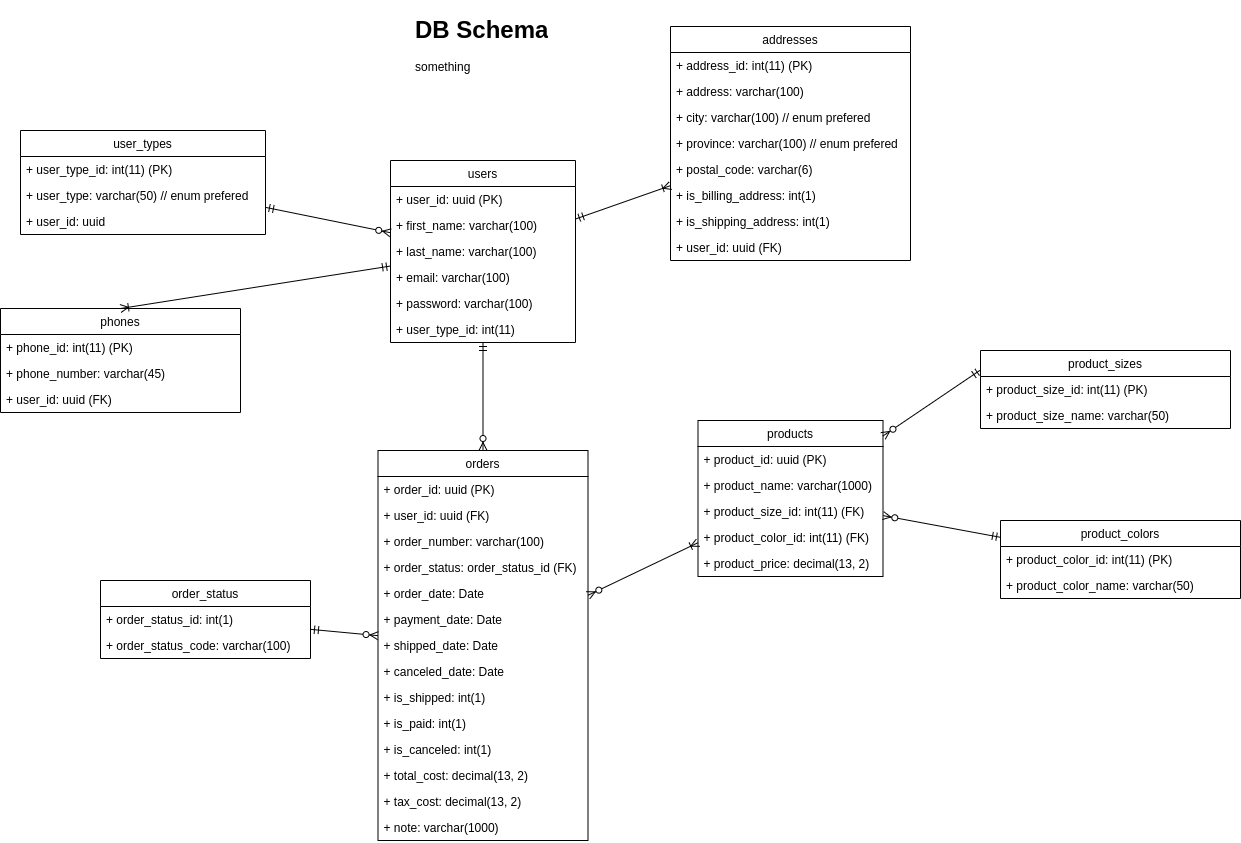
This is db-design.png from stsiwo/e-commerce-starter-kits, a draw.io export, as it was before one commit. Source tidied: cells renumbered, new cells last; positions are measured from the earlier drawing's top-left corner, leaving out a move shared by most shapes.
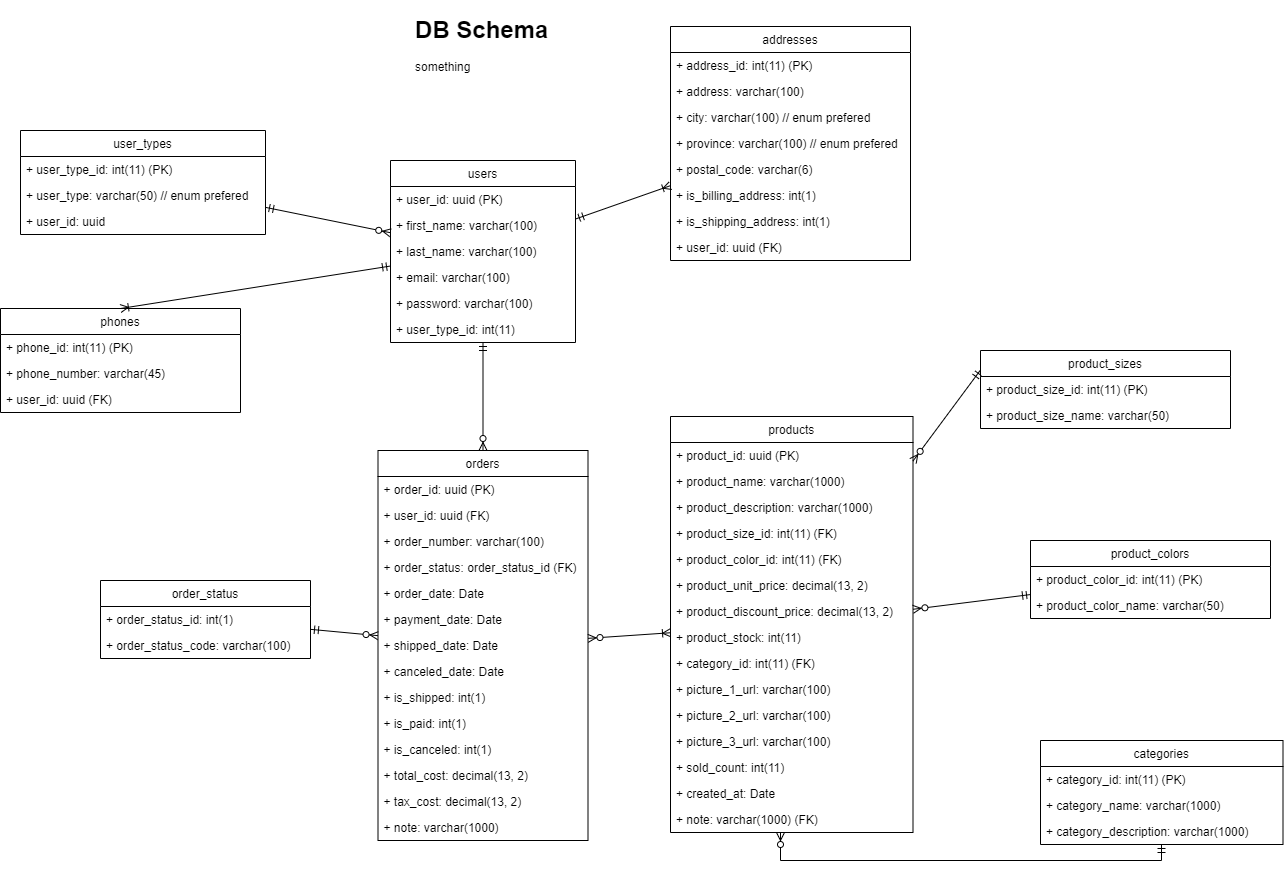
After the change.

The edit, as a diff of the source:
```diff
@@ -1,4 +1,4 @@
-<mxGraphModel>
+<mxGraphModel background="#FFFFFF">
   <root>
     <mxCell id="0" />
     <mxCell id="1" parent="0" />
@@ -95,24 +95,62 @@
     <mxCell id="32" style="edgeStyle=none;rounded=0;jettySize=auto;html=1;startArrow=ERzeroToMany;startFill=1;endArrow=ERmandOne;endFill=0;" parent="1" edge="1" source="33" target="62">
       <mxGeometry relative="1" as="geometry" />
     </mxCell>
+    <mxCell id="65" style="edgeStyle=orthogonalEdgeStyle;rounded=0;jettySize=auto;html=1;endArrow=ERmandOne;endFill=0;startArrow=ERzeroToMany;startFill=1;" parent="1" edge="1" source="33" target="76">
+      <mxGeometry relative="1" as="geometry">
+        <Array as="points">
+          <mxPoint x="780" y="850" />
+          <mxPoint x="1161" y="850" />
+        </Array>
+      </mxGeometry>
+    </mxCell>
     <mxCell id="33" value="products" style="swimlane;fontStyle=0;horizontal=1;startSize=26;fillColor=none;" parent="1" vertex="1">
-      <mxGeometry x="697.5" y="410" width="185" height="156" as="geometry" />
+      <mxGeometry x="670" y="406" width="242.5" height="416" as="geometry" />
     </mxCell>
     <mxCell id="34" value="+ product_id: uuid (PK)" style="text;strokeColor=none;fillColor=none;align=left;verticalAlign=top;spacingLeft=4;spacingRight=4;overflow=hidden;" parent="33" vertex="1">
-      <mxGeometry y="26" width="185" height="26" as="geometry" />
+      <mxGeometry y="26" width="242.5" height="26" as="geometry" />
     </mxCell>
     <mxCell id="35" value="+ product_name: varchar(1000)" style="text;strokeColor=none;fillColor=none;align=left;verticalAlign=top;spacingLeft=4;spacingRight=4;overflow=hidden;" parent="33" vertex="1">
-      <mxGeometry y="52" width="185" height="26" as="geometry" />
+      <mxGeometry y="52" width="242.5" height="26" as="geometry" />
     </mxCell>
+    <mxCell id="66" value="+ product_description: varchar(1000)" style="text;strokeColor=none;fillColor=none;align=left;verticalAlign=top;spacingLeft=4;spacingRight=4;overflow=hidden;" parent="33" vertex="1">
+      <mxGeometry y="78" width="242.5" height="26" as="geometry" />
+    </mxCell>
     <mxCell id="36" value="+ product_size_id: int(11) (FK)" style="text;strokeColor=none;fillColor=none;align=left;verticalAlign=top;spacingLeft=4;spacingRight=4;overflow=hidden;" parent="33" vertex="1">
-      <mxGeometry y="78" width="185" height="26" as="geometry" />
+      <mxGeometry y="104" width="242.5" height="26" as="geometry" />
     </mxCell>
     <mxCell id="37" value="+ product_color_id: int(11) (FK)" style="text;strokeColor=none;fillColor=none;align=left;verticalAlign=top;spacingLeft=4;spacingRight=4;overflow=hidden;" parent="33" vertex="1">
-      <mxGeometry y="104" width="185" height="26" as="geometry" />
+      <mxGeometry y="130" width="242.5" height="26" as="geometry" />
     </mxCell>
+    <mxCell id="67" value="+ product_unit_price: decimal(13, 2)" style="text;strokeColor=none;fillColor=none;align=left;verticalAlign=top;spacingLeft=4;spacingRight=4;overflow=hidden;" parent="33" vertex="1">
+      <mxGeometry y="156" width="242.5" height="26" as="geometry" />
+    </mxCell>
+    <mxCell id="68" value="+ product_discount_price: decimal(13, 2)" style="text;strokeColor=none;fillColor=none;align=left;verticalAlign=top;spacingLeft=4;spacingRight=4;overflow=hidden;" parent="33" vertex="1">
+      <mxGeometry y="182" width="242.5" height="26" as="geometry" />
+    </mxCell>
+    <mxCell id="69" value="+ product_stock: int(11) " style="text;strokeColor=none;fillColor=none;align=left;verticalAlign=top;spacingLeft=4;spacingRight=4;overflow=hidden;" parent="33" vertex="1">
+      <mxGeometry y="208" width="242.5" height="26" as="geometry" />
+    </mxCell>
-    <mxCell id="38" value="+ product_price: decimal(13, 2)" style="text;strokeColor=none;fillColor=none;align=left;verticalAlign=top;spacingLeft=4;spacingRight=4;overflow=hidden;" parent="33" vertex="1">
-      <mxGeometry y="130" width="185" height="26" as="geometry" />
+    <mxCell id="38" value="+ category_id: int(11) (FK)" style="text;strokeColor=none;fillColor=none;align=left;verticalAlign=top;spacingLeft=4;spacingRight=4;overflow=hidden;" parent="33" vertex="1">
+      <mxGeometry y="234" width="242.5" height="26" as="geometry" />
     </mxCell>
+    <mxCell id="70" value="+ picture_1_url: varchar(100) " style="text;strokeColor=none;fillColor=none;align=left;verticalAlign=top;spacingLeft=4;spacingRight=4;overflow=hidden;" parent="33" vertex="1">
+      <mxGeometry y="260" width="242.5" height="26" as="geometry" />
+    </mxCell>
+    <mxCell id="71" value="+ picture_2_url: varchar(100) " style="text;strokeColor=none;fillColor=none;align=left;verticalAlign=top;spacingLeft=4;spacingRight=4;overflow=hidden;" parent="33" vertex="1">
+      <mxGeometry y="286" width="242.5" height="26" as="geometry" />
+    </mxCell>
+    <mxCell id="72" value="+ picture_3_url: varchar(100) " style="text;strokeColor=none;fillColor=none;align=left;verticalAlign=top;spacingLeft=4;spacingRight=4;overflow=hidden;" parent="33" vertex="1">
+      <mxGeometry y="312" width="242.5" height="26" as="geometry" />
+    </mxCell>
+    <mxCell id="73" value="+ sold_count: int(11)" style="text;strokeColor=none;fillColor=none;align=left;verticalAlign=top;spacingLeft=4;spacingRight=4;overflow=hidden;" parent="33" vertex="1">
+      <mxGeometry y="338" width="242.5" height="26" as="geometry" />
+    </mxCell>
+    <mxCell id="74" value="+ created_at: Date" style="text;strokeColor=none;fillColor=none;align=left;verticalAlign=top;spacingLeft=4;spacingRight=4;overflow=hidden;" parent="33" vertex="1">
+      <mxGeometry y="364" width="242.5" height="26" as="geometry" />
+    </mxCell>
+    <mxCell id="75" value="+ note: varchar(1000) (FK)" style="text;strokeColor=none;fillColor=none;align=left;verticalAlign=top;spacingLeft=4;spacingRight=4;overflow=hidden;" parent="33" vertex="1">
+      <mxGeometry y="390" width="242.5" height="26" as="geometry" />
+    </mxCell>
     <mxCell id="39" style="edgeStyle=none;rounded=0;jettySize=auto;html=1;startArrow=ERzeroToMany;startFill=1;endArrow=ERoneToMany;endFill=0;" parent="1" edge="1" source="40" target="33">
       <mxGeometry relative="1" as="geometry" />
     </mxCell>
@@ -183,7 +221,7 @@
       <mxGeometry y="52" width="250" height="26" as="geometry" />
     </mxCell>
     <mxCell id="62" value="product_colors" style="swimlane;fontStyle=0;horizontal=1;startSize=26;fillColor=none;" parent="1" vertex="1">
-      <mxGeometry x="1000" y="510" width="240" height="78" as="geometry" />
+      <mxGeometry x="1030" y="530" width="240" height="78" as="geometry" />
     </mxCell>
     <mxCell id="63" value="+ product_color_id: int(11) (PK)" style="text;strokeColor=none;fillColor=none;align=left;verticalAlign=top;spacingLeft=4;spacingRight=4;overflow=hidden;" parent="62" vertex="1">
       <mxGeometry y="26" width="240" height="26" as="geometry" />
@@ -191,5 +229,17 @@
     <mxCell id="64" value="+ product_color_name: varchar(50)" style="text;strokeColor=none;fillColor=none;align=left;verticalAlign=top;spacingLeft=4;spacingRight=4;overflow=hidden;" parent="62" vertex="1">
       <mxGeometry y="52" width="240" height="26" as="geometry" />
     </mxCell>
+    <mxCell id="76" value="categories" style="swimlane;fontStyle=0;horizontal=1;startSize=26;fillColor=none;" parent="1" vertex="1">
+      <mxGeometry x="1040" y="730" width="242.5" height="104" as="geometry" />
+    </mxCell>
+    <mxCell id="77" value="+ category_id: int(11) (PK)" style="text;strokeColor=none;fillColor=none;align=left;verticalAlign=top;spacingLeft=4;spacingRight=4;overflow=hidden;" parent="76" vertex="1">
+      <mxGeometry y="26" width="242.5" height="26" as="geometry" />
+    </mxCell>
+    <mxCell id="78" value="+ category_name: varchar(1000)" style="text;strokeColor=none;fillColor=none;align=left;verticalAlign=top;spacingLeft=4;spacingRight=4;overflow=hidden;" parent="76" vertex="1">
+      <mxGeometry y="52" width="242.5" height="26" as="geometry" />
+    </mxCell>
+    <mxCell id="79" value="+ category_description: varchar(1000)" style="text;strokeColor=none;fillColor=none;align=left;verticalAlign=top;spacingLeft=4;spacingRight=4;overflow=hidden;" parent="76" vertex="1">
+      <mxGeometry y="78" width="242.5" height="26" as="geometry" />
+    </mxCell>
   </root>
 </mxGraphModel>
```
